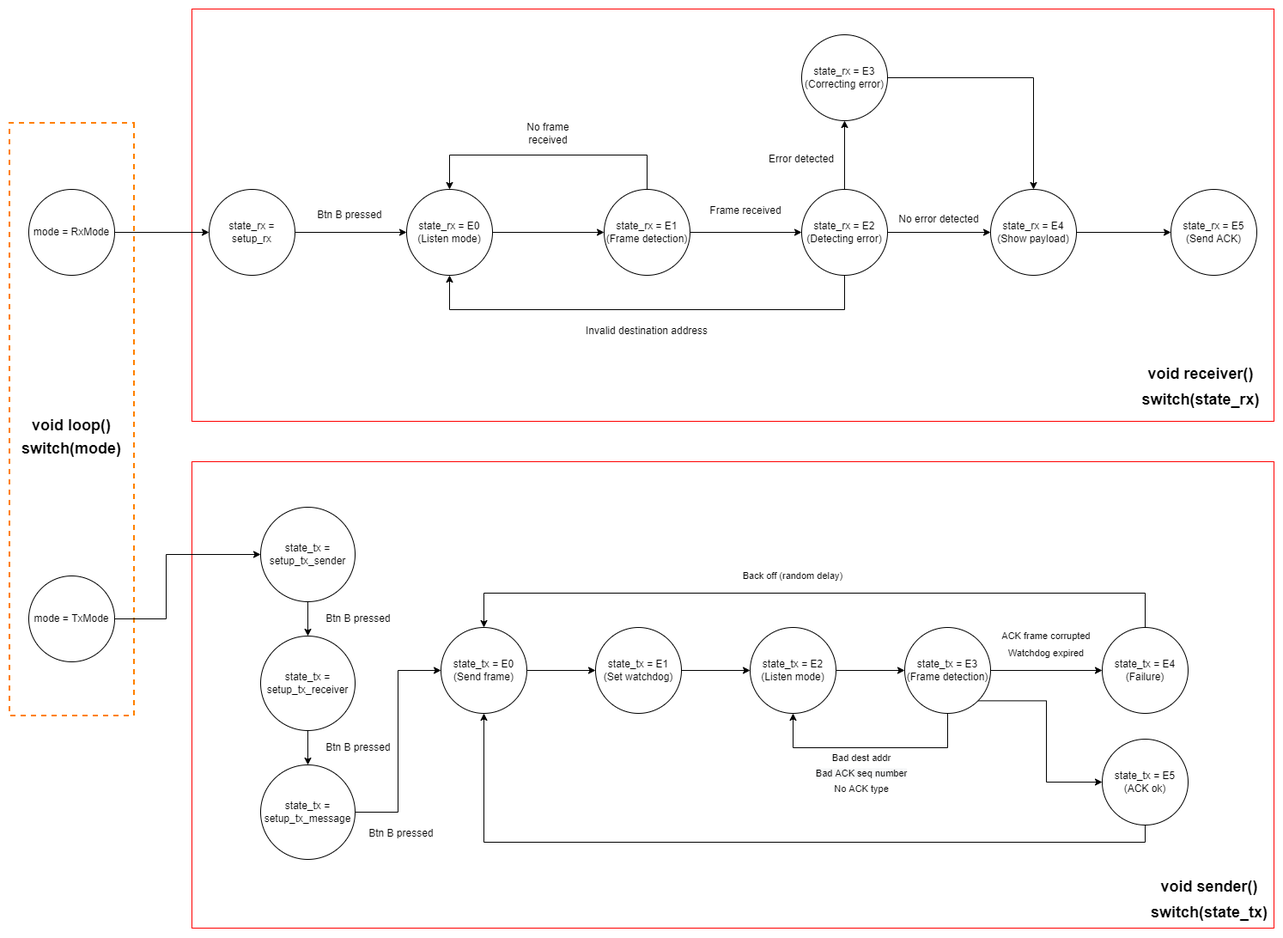
Earlier version of the draw.io export Automate Scheme.drawio.png (TheToto318/M5Stack-RF-Transmission). Source tidied: cells renumbered, new cells last; positions are measured from the earlier drawing's top-left corner, leaving out a move shared by most shapes. Its diagram source:
```xml
<mxGraphModel>
  <root>
    <mxCell id="0" />
    <mxCell id="1" parent="0" />
    <mxCell id="2" style="rounded=0;whiteSpace=wrap;html=1;fontSize=11;rotation=90;dashed=1;fillColor=none;strokeWidth=2;strokeColor=#FF8000;" parent="1" vertex="1">
      <mxGeometry y="405" width="690" height="145" as="geometry" />
    </mxCell>
    <mxCell id="3" style="rounded=0;whiteSpace=wrap;html=1;fontSize=11;fillColor=none;strokeColor=#FF0000;" parent="1" vertex="1">
      <mxGeometry x="485" y="527" width="1260" height="543" as="geometry" />
    </mxCell>
    <mxCell id="4" style="rounded=0;whiteSpace=wrap;html=1;fillColor=none;strokeColor=#FF0000;" parent="1" vertex="1">
      <mxGeometry x="485" width="1260" height="480" as="geometry" />
    </mxCell>
    <mxCell id="5" style="edgeStyle=orthogonalEdgeStyle;rounded=0;jettySize=auto;html=1;" parent="1" edge="1" source="6" target="8">
      <mxGeometry relative="1" as="geometry" />
    </mxCell>
    <mxCell id="6" value="mode = RxMode" style="ellipse;whiteSpace=wrap;html=1;" parent="1" vertex="1">
      <mxGeometry x="295" y="210" width="100" height="100" as="geometry" />
    </mxCell>
    <mxCell id="7" style="edgeStyle=orthogonalEdgeStyle;rounded=0;jettySize=auto;html=1;" parent="1" edge="1" source="8" target="10">
      <mxGeometry relative="1" as="geometry" />
    </mxCell>
    <mxCell id="8" value="state_rx = setup_rx" style="ellipse;whiteSpace=wrap;html=1;" parent="1" vertex="1">
      <mxGeometry x="505" y="210" width="100" height="100" as="geometry" />
    </mxCell>
    <mxCell id="9" style="edgeStyle=orthogonalEdgeStyle;rounded=0;jettySize=auto;html=1;entryX=0;entryY=0.5;entryDx=0;entryDy=0;" parent="1" edge="1" source="10" target="14">
      <mxGeometry relative="1" as="geometry" />
    </mxCell>
    <mxCell id="10" value="state_rx = E0&lt;br&gt;(Listen mode)" style="ellipse;whiteSpace=wrap;html=1;" parent="1" vertex="1">
      <mxGeometry x="735" y="210" width="100" height="100" as="geometry" />
    </mxCell>
    <mxCell id="11" value="Btn B pressed&amp;nbsp;" style="text;html=1;align=center;verticalAlign=middle;fillColor=none;strokeColor=none;rounded=0;" parent="1" vertex="1">
      <mxGeometry x="625" y="230" width="90" height="20" as="geometry" />
    </mxCell>
    <mxCell id="12" style="edgeStyle=orthogonalEdgeStyle;rounded=0;jettySize=auto;html=1;entryX=0.5;entryY=0;entryDx=0;entryDy=0;" parent="1" edge="1" source="14" target="10">
      <mxGeometry relative="1" as="geometry">
        <Array as="points">
          <mxPoint x="1015" y="170" />
          <mxPoint x="785" y="170" />
        </Array>
      </mxGeometry>
    </mxCell>
    <mxCell id="13" style="edgeStyle=orthogonalEdgeStyle;rounded=0;jettySize=auto;html=1;" parent="1" edge="1" source="14" target="19">
      <mxGeometry relative="1" as="geometry" />
    </mxCell>
    <mxCell id="14" value="state_rx = E1&lt;br&gt;(Frame detection)" style="ellipse;whiteSpace=wrap;html=1;" parent="1" vertex="1">
      <mxGeometry x="965" y="210" width="100" height="100" as="geometry" />
    </mxCell>
    <mxCell id="15" value="No frame received" style="text;html=1;strokeColor=none;fillColor=none;align=center;verticalAlign=middle;whiteSpace=wrap;rounded=0;" parent="1" vertex="1">
      <mxGeometry x="855" y="130" width="90" height="30" as="geometry" />
    </mxCell>
    <mxCell id="16" style="edgeStyle=orthogonalEdgeStyle;rounded=0;jettySize=auto;html=1;entryX=0.5;entryY=1;entryDx=0;entryDy=0;" parent="1" edge="1" source="19" target="10">
      <mxGeometry relative="1" as="geometry">
        <Array as="points">
          <mxPoint x="1245" y="350" />
          <mxPoint x="785" y="350" />
        </Array>
      </mxGeometry>
    </mxCell>
    <mxCell id="17" style="edgeStyle=orthogonalEdgeStyle;rounded=0;jettySize=auto;html=1;entryX=0.5;entryY=1;entryDx=0;entryDy=0;" parent="1" edge="1" source="19" target="22">
      <mxGeometry relative="1" as="geometry" />
    </mxCell>
    <mxCell id="18" style="edgeStyle=orthogonalEdgeStyle;rounded=0;jettySize=auto;html=1;entryX=0;entryY=0.5;entryDx=0;entryDy=0;" parent="1" edge="1" source="19" target="26">
      <mxGeometry relative="1" as="geometry" />
    </mxCell>
    <mxCell id="19" value="state_rx = E2&lt;br&gt;(Detecting error)" style="ellipse;whiteSpace=wrap;html=1;" parent="1" vertex="1">
      <mxGeometry x="1195" y="210" width="100" height="100" as="geometry" />
    </mxCell>
    <mxCell id="20" value="Frame received" style="text;html=1;strokeColor=none;fillColor=none;align=center;verticalAlign=middle;whiteSpace=wrap;rounded=0;" parent="1" vertex="1">
      <mxGeometry x="1085" y="220" width="90" height="30" as="geometry" />
    </mxCell>
    <mxCell id="21" style="edgeStyle=orthogonalEdgeStyle;rounded=0;jettySize=auto;html=1;entryX=0.5;entryY=0;entryDx=0;entryDy=0;" parent="1" edge="1" source="22" target="26">
      <mxGeometry relative="1" as="geometry" />
    </mxCell>
    <mxCell id="22" value="state_rx = E3&lt;br&gt;(Correcting error)" style="ellipse;whiteSpace=wrap;html=1;" parent="1" vertex="1">
      <mxGeometry x="1195" y="30" width="100" height="100" as="geometry" />
    </mxCell>
    <mxCell id="23" value="Invalid destination address" style="text;html=1;strokeColor=none;fillColor=none;align=center;verticalAlign=middle;whiteSpace=wrap;rounded=0;" parent="1" vertex="1">
      <mxGeometry x="930" y="360" width="170" height="30" as="geometry" />
    </mxCell>
    <mxCell id="24" value="Error detected" style="text;html=1;strokeColor=none;fillColor=none;align=center;verticalAlign=middle;whiteSpace=wrap;rounded=0;" parent="1" vertex="1">
      <mxGeometry x="1155" y="160" width="80" height="30" as="geometry" />
    </mxCell>
    <mxCell id="25" style="edgeStyle=orthogonalEdgeStyle;rounded=0;jettySize=auto;html=1;entryX=0;entryY=0.5;entryDx=0;entryDy=0;" parent="1" edge="1" source="26" target="28">
      <mxGeometry relative="1" as="geometry" />
    </mxCell>
    <mxCell id="26" value="state_rx = E4&lt;br&gt;(Show payload)" style="ellipse;whiteSpace=wrap;html=1;" parent="1" vertex="1">
      <mxGeometry x="1415" y="210" width="100" height="100" as="geometry" />
    </mxCell>
    <mxCell id="27" value="No error detected" style="text;html=1;strokeColor=none;fillColor=none;align=center;verticalAlign=middle;whiteSpace=wrap;rounded=0;" parent="1" vertex="1">
      <mxGeometry x="1305" y="230" width="100" height="30" as="geometry" />
    </mxCell>
    <mxCell id="28" value="state_rx = E5&lt;br&gt;(Send ACK)" style="ellipse;whiteSpace=wrap;html=1;" parent="1" vertex="1">
      <mxGeometry x="1625" y="210" width="100" height="100" as="geometry" />
    </mxCell>
    <mxCell id="29" value="&lt;font style=&quot;font-size: 18px;&quot;&gt;&lt;b&gt;switch(state_rx)&lt;/b&gt;&lt;/font&gt;" style="text;html=1;strokeColor=none;fillColor=none;align=center;verticalAlign=middle;whiteSpace=wrap;rounded=0;" parent="1" vertex="1">
      <mxGeometry x="1595" y="440" width="130" height="30" as="geometry" />
    </mxCell>
    <mxCell id="30" value="&lt;font style=&quot;font-size: 18px;&quot;&gt;&lt;b&gt;void receiver()&lt;/b&gt;&lt;/font&gt;" style="text;html=1;strokeColor=none;fillColor=none;align=center;verticalAlign=middle;whiteSpace=wrap;rounded=0;" parent="1" vertex="1">
      <mxGeometry x="1595" y="410" width="130" height="30" as="geometry" />
    </mxCell>
    <mxCell id="31" style="edgeStyle=orthogonalEdgeStyle;rounded=0;jettySize=auto;html=1;entryX=0;entryY=0.5;entryDx=0;entryDy=0;fontSize=18;" parent="1" edge="1" source="32" target="34">
      <mxGeometry relative="1" as="geometry">
        <Array as="points">
          <mxPoint x="455" y="710" />
          <mxPoint x="455" y="635" />
        </Array>
      </mxGeometry>
    </mxCell>
    <mxCell id="32" value="mode = TxMode" style="ellipse;whiteSpace=wrap;html=1;" parent="1" vertex="1">
      <mxGeometry x="295" y="660" width="100" height="100" as="geometry" />
    </mxCell>
    <mxCell id="33" style="edgeStyle=orthogonalEdgeStyle;rounded=0;jettySize=auto;html=1;exitX=0.5;exitY=1;exitDx=0;exitDy=0;entryX=0.5;entryY=0;entryDx=0;entryDy=0;fontSize=18;" parent="1" edge="1" source="34" target="36">
      <mxGeometry relative="1" as="geometry" />
    </mxCell>
    <mxCell id="34" value="state_tx = setup_tx_sender" style="ellipse;whiteSpace=wrap;html=1;" parent="1" vertex="1">
      <mxGeometry x="565" y="580" width="110" height="110" as="geometry" />
    </mxCell>
    <mxCell id="35" style="edgeStyle=orthogonalEdgeStyle;rounded=0;jettySize=auto;html=1;exitX=0.5;exitY=1;exitDx=0;exitDy=0;entryX=0.5;entryY=0;entryDx=0;entryDy=0;fontSize=18;" parent="1" edge="1" source="36" target="39">
      <mxGeometry relative="1" as="geometry" />
    </mxCell>
    <mxCell id="36" value="state_tx = setup_tx_receiver" style="ellipse;whiteSpace=wrap;html=1;" parent="1" vertex="1">
      <mxGeometry x="565" y="730" width="110" height="110" as="geometry" />
    </mxCell>
    <mxCell id="37" value="Btn B pressed&amp;nbsp;" style="text;html=1;align=center;verticalAlign=middle;fillColor=none;strokeColor=none;rounded=0;" parent="1" vertex="1">
      <mxGeometry x="635" y="700" width="90" height="20" as="geometry" />
    </mxCell>
    <mxCell id="38" style="edgeStyle=orthogonalEdgeStyle;rounded=0;jettySize=auto;html=1;entryX=0;entryY=0.5;entryDx=0;entryDy=0;fontSize=18;" parent="1" edge="1" source="39" target="42">
      <mxGeometry relative="1" as="geometry" />
    </mxCell>
    <mxCell id="39" value="state_tx = setup_tx_message" style="ellipse;whiteSpace=wrap;html=1;" parent="1" vertex="1">
      <mxGeometry x="565" y="880" width="110" height="110" as="geometry" />
    </mxCell>
    <mxCell id="40" value="Btn B pressed&amp;nbsp;" style="text;html=1;align=center;verticalAlign=middle;fillColor=none;strokeColor=none;rounded=0;" parent="1" vertex="1">
      <mxGeometry x="635" y="850" width="90" height="20" as="geometry" />
    </mxCell>
    <mxCell id="41" style="edgeStyle=orthogonalEdgeStyle;rounded=0;jettySize=auto;html=1;fontSize=18;" parent="1" edge="1" source="42" target="45">
      <mxGeometry relative="1" as="geometry" />
    </mxCell>
    <mxCell id="42" value="state_tx = E0&lt;br&gt;(Send frame)" style="ellipse;whiteSpace=wrap;html=1;" parent="1" vertex="1">
      <mxGeometry x="775" y="720" width="100" height="100" as="geometry" />
    </mxCell>
    <mxCell id="43" value="Btn B pressed&amp;nbsp;" style="text;html=1;align=center;verticalAlign=middle;fillColor=none;strokeColor=none;rounded=0;" parent="1" vertex="1">
      <mxGeometry x="685" y="950" width="90" height="20" as="geometry" />
    </mxCell>
    <mxCell id="44" style="edgeStyle=orthogonalEdgeStyle;rounded=0;jettySize=auto;html=1;fontSize=18;" parent="1" edge="1" source="45" target="47">
      <mxGeometry relative="1" as="geometry" />
    </mxCell>
    <mxCell id="45" value="state_tx = E1&lt;br&gt;(Set watchdog)" style="ellipse;whiteSpace=wrap;html=1;" parent="1" vertex="1">
      <mxGeometry x="955" y="720" width="100" height="100" as="geometry" />
    </mxCell>
    <mxCell id="46" style="edgeStyle=orthogonalEdgeStyle;rounded=0;jettySize=auto;html=1;entryX=0;entryY=0.5;entryDx=0;entryDy=0;fontSize=18;" parent="1" edge="1" source="47" target="51">
      <mxGeometry relative="1" as="geometry" />
    </mxCell>
    <mxCell id="47" value="state_tx = E2&lt;br&gt;(Listen mode)" style="ellipse;whiteSpace=wrap;html=1;" parent="1" vertex="1">
      <mxGeometry x="1135" y="720" width="100" height="100" as="geometry" />
    </mxCell>
    <mxCell id="48" style="edgeStyle=orthogonalEdgeStyle;rounded=0;jettySize=auto;html=1;entryX=0.5;entryY=1;entryDx=0;entryDy=0;fontSize=18;" parent="1" edge="1" source="51" target="47">
      <mxGeometry relative="1" as="geometry">
        <Array as="points">
          <mxPoint x="1365" y="860" />
          <mxPoint x="1185" y="860" />
        </Array>
      </mxGeometry>
    </mxCell>
    <mxCell id="49" style="edgeStyle=orthogonalEdgeStyle;rounded=0;jettySize=auto;html=1;fontSize=11;" parent="1" edge="1" source="51" target="56">
      <mxGeometry relative="1" as="geometry" />
    </mxCell>
    <mxCell id="50" style="edgeStyle=orthogonalEdgeStyle;rounded=0;jettySize=auto;html=1;exitX=1;exitY=1;exitDx=0;exitDy=0;entryX=0;entryY=0.5;entryDx=0;entryDy=0;fontSize=11;" parent="1" edge="1" source="51" target="61">
      <mxGeometry relative="1" as="geometry" />
    </mxCell>
    <mxCell id="51" value="state_tx = E3&lt;br&gt;(Frame detection)" style="ellipse;whiteSpace=wrap;html=1;" parent="1" vertex="1">
      <mxGeometry x="1315" y="720" width="100" height="100" as="geometry" />
    </mxCell>
    <mxCell id="52" value="&lt;font style=&quot;font-size: 11px;&quot;&gt;Bad dest addr&lt;br&gt;&lt;/font&gt;" style="text;html=1;strokeColor=none;fillColor=none;align=center;verticalAlign=middle;rounded=0;fontSize=18;spacing=0;whiteSpace=wrap;" parent="1" vertex="1">
      <mxGeometry x="1215" y="860" width="100" height="20" as="geometry" />
    </mxCell>
    <mxCell id="53" value="No ACK type" style="text;html=1;strokeColor=none;fillColor=none;align=center;verticalAlign=middle;whiteSpace=wrap;rounded=0;fontSize=11;" parent="1" vertex="1">
      <mxGeometry x="1225" y="900" width="80" height="15" as="geometry" />
    </mxCell>
    <mxCell id="54" value="&lt;span style=&quot;color: rgb(0, 0, 0); font-family: Helvetica; font-size: 11px; font-style: normal; font-variant-ligatures: normal; font-variant-caps: normal; font-weight: 400; letter-spacing: normal; orphans: 2; text-align: center; text-indent: 0px; text-transform: none; widows: 2; word-spacing: 0px; -webkit-text-stroke-width: 0px; background-color: rgb(248, 249, 250); text-decoration-thickness: initial; text-decoration-style: initial; text-decoration-color: initial; float: none; display: inline !important;&quot;&gt;Bad ACK seq number&lt;/span&gt;" style="text;html=1;strokeColor=none;fillColor=none;align=center;verticalAlign=middle;whiteSpace=wrap;rounded=0;fontSize=11;" parent="1" vertex="1">
      <mxGeometry x="1210" y="880" width="110" height="20" as="geometry" />
    </mxCell>
    <mxCell id="55" style="edgeStyle=orthogonalEdgeStyle;rounded=0;jettySize=auto;html=1;entryX=0.5;entryY=0;entryDx=0;entryDy=0;fontSize=11;" parent="1" edge="1" source="56" target="42">
      <mxGeometry relative="1" as="geometry">
        <Array as="points">
          <mxPoint x="1595" y="680" />
          <mxPoint x="825" y="680" />
        </Array>
      </mxGeometry>
    </mxCell>
    <mxCell id="56" value="state_tx = E4&lt;br&gt;(Failure)" style="ellipse;whiteSpace=wrap;html=1;" parent="1" vertex="1">
      <mxGeometry x="1545" y="720" width="100" height="100" as="geometry" />
    </mxCell>
    <mxCell id="57" value="Watchdog expired" style="text;html=1;strokeColor=none;fillColor=none;align=center;verticalAlign=middle;whiteSpace=wrap;rounded=0;fontSize=11;" parent="1" vertex="1">
      <mxGeometry x="1430" y="740" width="100" height="20" as="geometry" />
    </mxCell>
    <mxCell id="58" value="ACK frame corrupted" style="text;html=1;strokeColor=none;fillColor=none;align=center;verticalAlign=middle;whiteSpace=wrap;rounded=0;fontSize=11;" parent="1" vertex="1">
      <mxGeometry x="1425" y="720" width="110" height="20" as="geometry" />
    </mxCell>
    <mxCell id="59" value="Back off (random delay)" style="text;html=1;strokeColor=none;fillColor=none;align=center;verticalAlign=middle;whiteSpace=wrap;rounded=0;fontSize=11;" parent="1" vertex="1">
      <mxGeometry x="1115" y="650" width="140" height="20" as="geometry" />
    </mxCell>
    <mxCell id="60" style="edgeStyle=orthogonalEdgeStyle;rounded=0;jettySize=auto;html=1;entryX=0.5;entryY=1;entryDx=0;entryDy=0;fontSize=11;" parent="1" edge="1" source="61" target="42">
      <mxGeometry relative="1" as="geometry">
        <Array as="points">
          <mxPoint x="1595" y="970" />
          <mxPoint x="825" y="970" />
        </Array>
      </mxGeometry>
    </mxCell>
    <mxCell id="61" value="state_tx = E5&lt;br&gt;(ACK ok)" style="ellipse;whiteSpace=wrap;html=1;" parent="1" vertex="1">
      <mxGeometry x="1545" y="850" width="100" height="100" as="geometry" />
    </mxCell>
    <mxCell id="62" value="&lt;font style=&quot;font-size: 18px;&quot;&gt;&lt;b&gt;switch(state_tx)&lt;/b&gt;&lt;/font&gt;" style="text;html=1;strokeColor=none;fillColor=none;align=center;verticalAlign=middle;whiteSpace=wrap;rounded=0;" parent="1" vertex="1">
      <mxGeometry x="1605" y="1037" width="130" height="30" as="geometry" />
    </mxCell>
    <mxCell id="63" value="&lt;font style=&quot;font-size: 18px;&quot;&gt;&lt;b&gt;void sender()&lt;/b&gt;&lt;/font&gt;" style="text;html=1;strokeColor=none;fillColor=none;align=center;verticalAlign=middle;whiteSpace=wrap;rounded=0;" parent="1" vertex="1">
      <mxGeometry x="1605" y="1007" width="130" height="30" as="geometry" />
    </mxCell>
    <mxCell id="64" value="&lt;font style=&quot;font-size: 18px;&quot;&gt;&lt;b&gt;void loop()&lt;/b&gt;&lt;/font&gt;" style="text;html=1;strokeColor=none;fillColor=none;align=center;verticalAlign=middle;whiteSpace=wrap;rounded=0;" parent="1" vertex="1">
      <mxGeometry x="280" y="470" width="130" height="30" as="geometry" />
    </mxCell>
    <mxCell id="65" value="&lt;font style=&quot;font-size: 18px;&quot;&gt;&lt;b&gt;switch(mode)&lt;/b&gt;&lt;/font&gt;" style="text;html=1;strokeColor=none;fillColor=none;align=center;verticalAlign=middle;whiteSpace=wrap;rounded=0;" parent="1" vertex="1">
      <mxGeometry x="280" y="497" width="130" height="30" as="geometry" />
    </mxCell>
  </root>
</mxGraphModel>
```
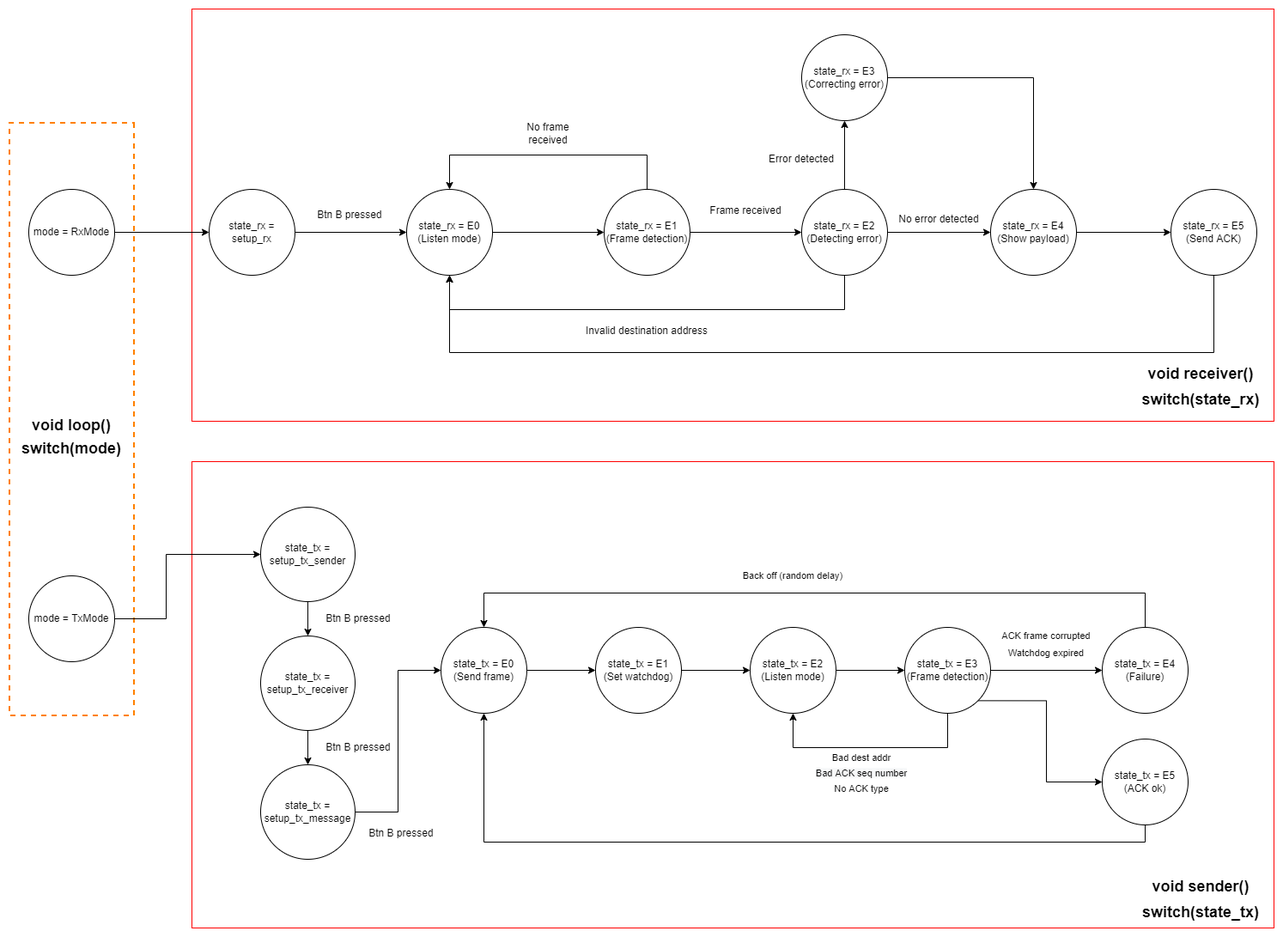
Later version of the same file.

Commit message:
Fix loop on automate scheme

+ TYPE_DATA on frame diagram

What changed in the source:
```diff
@@ -90,6 +90,14 @@
     <mxCell id="27" value="No error detected" style="text;html=1;strokeColor=none;fillColor=none;align=center;verticalAlign=middle;whiteSpace=wrap;rounded=0;" parent="1" vertex="1">
       <mxGeometry x="1305" y="230" width="100" height="30" as="geometry" />
     </mxCell>
+    <mxCell id="66" style="edgeStyle=orthogonalEdgeStyle;rounded=0;jettySize=auto;html=1;entryX=0.5;entryY=1;entryDx=0;entryDy=0;" parent="1" edge="1" source="28" target="10">
+      <mxGeometry relative="1" as="geometry">
+        <Array as="points">
+          <mxPoint x="1675" y="400" />
+          <mxPoint x="785" y="400" />
+        </Array>
+      </mxGeometry>
+    </mxCell>
     <mxCell id="28" value="state_rx = E5&lt;br&gt;(Send ACK)" style="ellipse;whiteSpace=wrap;html=1;" parent="1" vertex="1">
       <mxGeometry x="1625" y="210" width="100" height="100" as="geometry" />
     </mxCell>
@@ -213,10 +221,10 @@
       <mxGeometry x="1545" y="850" width="100" height="100" as="geometry" />
     </mxCell>
     <mxCell id="62" value="&lt;font style=&quot;font-size: 18px;&quot;&gt;&lt;b&gt;switch(state_tx)&lt;/b&gt;&lt;/font&gt;" style="text;html=1;strokeColor=none;fillColor=none;align=center;verticalAlign=middle;whiteSpace=wrap;rounded=0;" parent="1" vertex="1">
-      <mxGeometry x="1605" y="1037" width="130" height="30" as="geometry" />
+      <mxGeometry x="1595" y="1037" width="130" height="30" as="geometry" />
     </mxCell>
     <mxCell id="63" value="&lt;font style=&quot;font-size: 18px;&quot;&gt;&lt;b&gt;void sender()&lt;/b&gt;&lt;/font&gt;" style="text;html=1;strokeColor=none;fillColor=none;align=center;verticalAlign=middle;whiteSpace=wrap;rounded=0;" parent="1" vertex="1">
-      <mxGeometry x="1605" y="1007" width="130" height="30" as="geometry" />
+      <mxGeometry x="1595" y="1007" width="130" height="30" as="geometry" />
     </mxCell>
     <mxCell id="64" value="&lt;font style=&quot;font-size: 18px;&quot;&gt;&lt;b&gt;void loop()&lt;/b&gt;&lt;/font&gt;" style="text;html=1;strokeColor=none;fillColor=none;align=center;verticalAlign=middle;whiteSpace=wrap;rounded=0;" parent="1" vertex="1">
       <mxGeometry x="280" y="470" width="130" height="30" as="geometry" />
```
